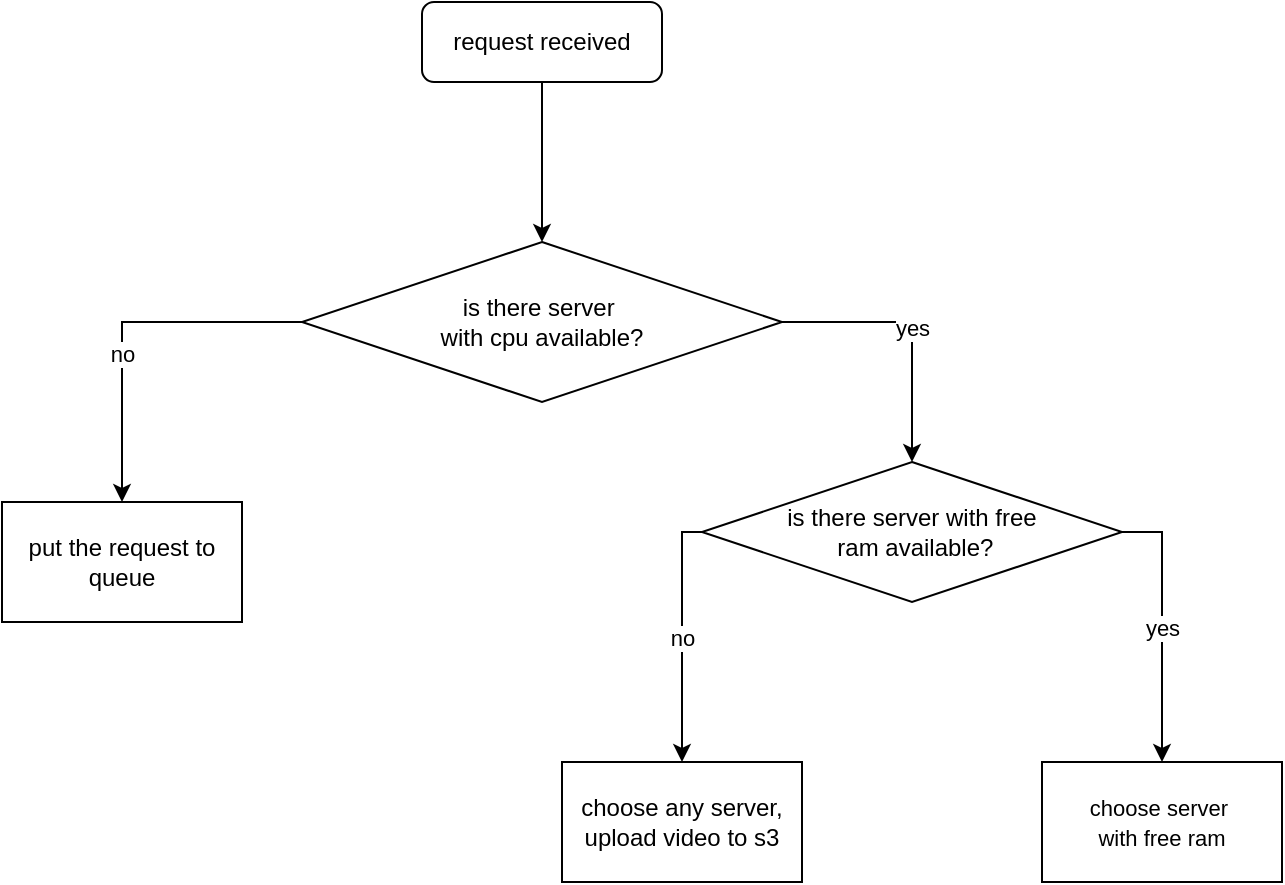
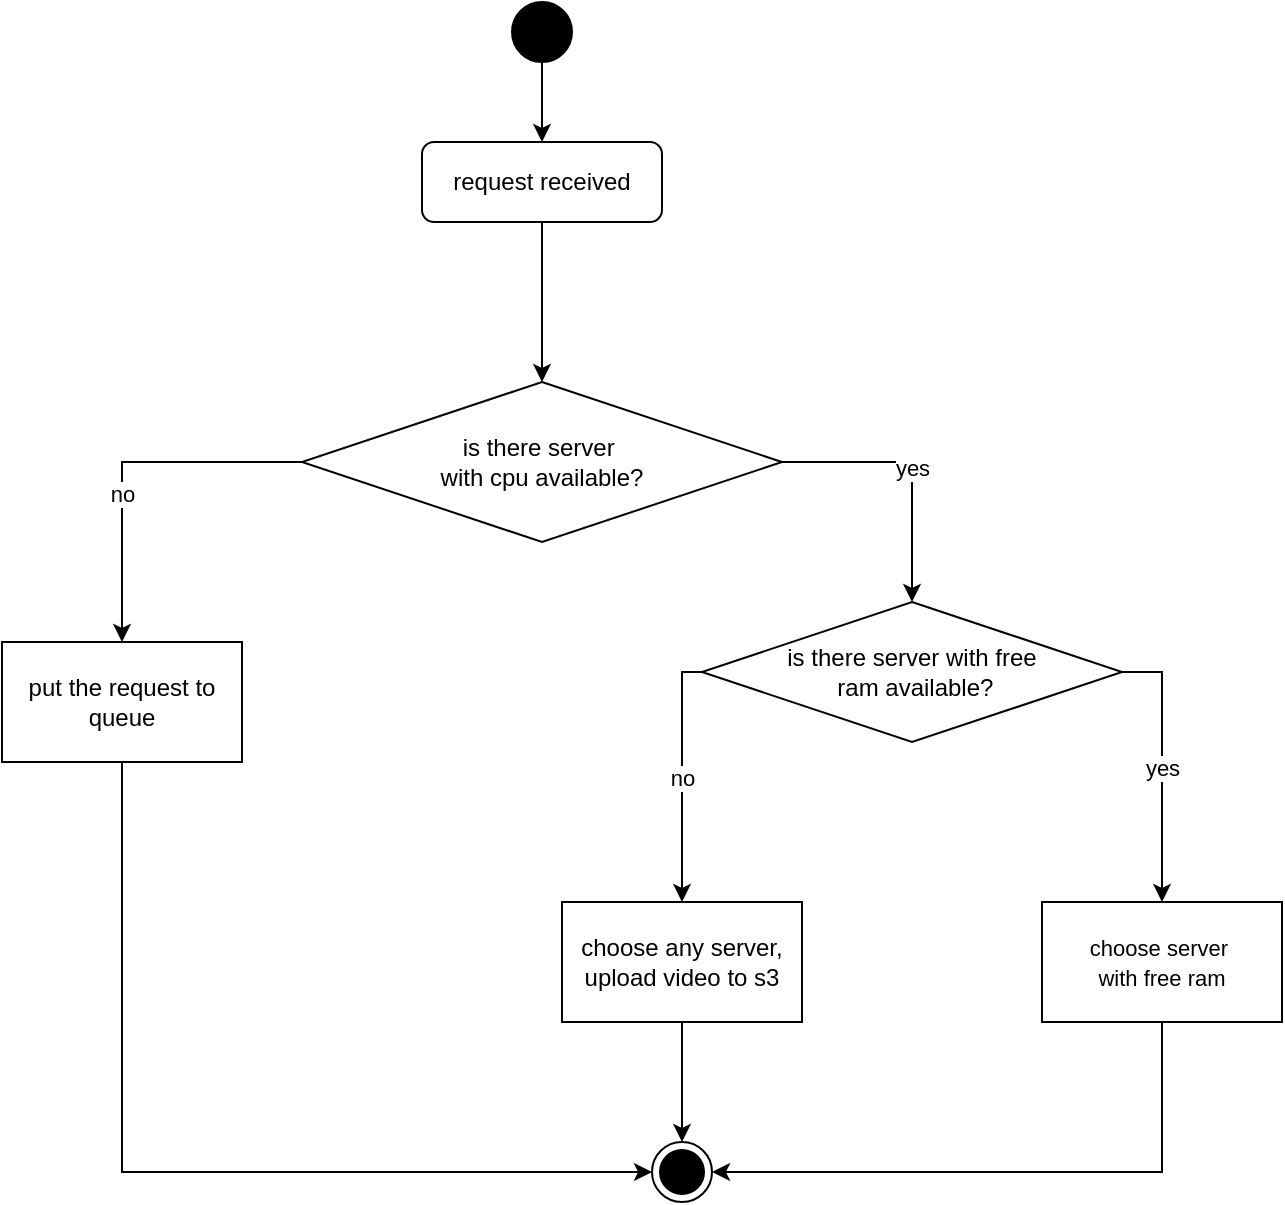
- <mxfile host="app.diagrams.net" agent="Mozilla/5.0 (Windows NT 10.0; Win64; x64) AppleWebKit/537.36 (KHTML, like Gecko) Chrome/145.0.0.0 Safari/537.36" version="29.6.1">
+ <mxfile host="app.diagrams.net" agent="Mozilla/5.0 (Windows NT 10.0; Win64; x64) AppleWebKit/537.36 (KHTML, like Gecko) Chrome/145.0.0.0 Safari/537.36">
  <diagram id="C5RBs43oDa-KdzZeNtuy" name="Page-1">
-     <mxGraphModel dx="946" dy="571" grid="1" gridSize="10" guides="1" tooltips="1" connect="1" arrows="1" fold="1" page="1" pageScale="1" pageWidth="827" pageHeight="1169" math="0" shadow="0">
+     <mxGraphModel dx="1334" dy="1985" grid="1" gridSize="10" guides="1" tooltips="1" connect="1" arrows="1" fold="1" page="1" pageScale="1" pageWidth="827" pageHeight="1169" math="0" shadow="0">
      <root>
        <mxCell id="WIyWlLk6GJQsqaUBKTNV-0" />
        <mxCell id="WIyWlLk6GJQsqaUBKTNV-1" parent="WIyWlLk6GJQsqaUBKTNV-0" />
        <mxCell id="Qem3QTk17b9FJVRX5ZjL-7" edge="1" parent="WIyWlLk6GJQsqaUBKTNV-1" source="WIyWlLk6GJQsqaUBKTNV-3" style="edgeStyle=orthogonalEdgeStyle;rounded=0;orthogonalLoop=1;jettySize=auto;html=1;entryX=0.5;entryY=0;entryDx=0;entryDy=0;" target="Qem3QTk17b9FJVRX5ZjL-3">
          <mxGeometry relative="1" as="geometry" />
        </mxCell>
        <mxCell id="WIyWlLk6GJQsqaUBKTNV-3" parent="WIyWlLk6GJQsqaUBKTNV-1" style="rounded=1;whiteSpace=wrap;html=1;fontSize=12;glass=0;strokeWidth=1;shadow=0;" value="request received" vertex="1">
          <mxGeometry height="40" width="120" x="390" y="60" as="geometry" />
        </mxCell>
        <mxCell id="Qem3QTk17b9FJVRX5ZjL-2" edge="1" parent="WIyWlLk6GJQsqaUBKTNV-1" source="Qem3QTk17b9FJVRX5ZjL-3" style="edgeStyle=orthogonalEdgeStyle;rounded=0;orthogonalLoop=1;jettySize=auto;html=1;entryX=0.5;entryY=0;entryDx=0;entryDy=0;exitX=0;exitY=0.5;exitDx=0;exitDy=0;" target="Qem3QTk17b9FJVRX5ZjL-13" value="no">
          <mxGeometry relative="1" x="0.1724" as="geometry">
            <mxPoint as="offset" />
            <Array as="points">
              <mxPoint x="240" y="220" />
            </Array>
            <mxPoint x="570" y="215" as="sourcePoint" />
            <mxPoint x="630" y="300" as="targetPoint" />
          </mxGeometry>
        </mxCell>
        <mxCell id="Qem3QTk17b9FJVRX5ZjL-6" edge="1" parent="WIyWlLk6GJQsqaUBKTNV-1" source="Qem3QTk17b9FJVRX5ZjL-3" style="edgeStyle=orthogonalEdgeStyle;rounded=0;orthogonalLoop=1;jettySize=auto;html=1;entryX=0.5;entryY=0;entryDx=0;entryDy=0;" target="Qem3QTk17b9FJVRX5ZjL-8" value="yes">
          <mxGeometry relative="1" as="geometry">
            <Array as="points">
              <mxPoint x="635" y="220" />
            </Array>
            <mxPoint x="270" y="350" as="targetPoint" />
          </mxGeometry>
        </mxCell>
        <mxCell id="Qem3QTk17b9FJVRX5ZjL-3" parent="WIyWlLk6GJQsqaUBKTNV-1" style="rhombus;whiteSpace=wrap;html=1;" value="is there server&amp;nbsp;&lt;div&gt;with cpu available?&lt;/div&gt;" vertex="1">
          <mxGeometry height="80" width="240" x="330" y="180" as="geometry" />
        </mxCell>
        <mxCell id="Qem3QTk17b9FJVRX5ZjL-10" edge="1" parent="WIyWlLk6GJQsqaUBKTNV-1" source="Qem3QTk17b9FJVRX5ZjL-8" style="edgeStyle=orthogonalEdgeStyle;rounded=0;orthogonalLoop=1;jettySize=auto;html=1;entryX=0.5;entryY=0;entryDx=0;entryDy=0;" target="Qem3QTk17b9FJVRX5ZjL-9" value="yes">
          <mxGeometry relative="1" as="geometry">
            <Array as="points">
              <mxPoint x="760" y="325" />
            </Array>
          </mxGeometry>
        </mxCell>
        <mxCell id="Qem3QTk17b9FJVRX5ZjL-12" edge="1" parent="WIyWlLk6GJQsqaUBKTNV-1" source="Qem3QTk17b9FJVRX5ZjL-8" style="edgeStyle=orthogonalEdgeStyle;rounded=0;orthogonalLoop=1;jettySize=auto;html=1;entryX=0.5;entryY=0;entryDx=0;entryDy=0;" target="Qem3QTk17b9FJVRX5ZjL-11" value="no">
          <mxGeometry relative="1" as="geometry">
            <Array as="points">
              <mxPoint x="520" y="325" />
            </Array>
          </mxGeometry>
        </mxCell>
        <mxCell id="Qem3QTk17b9FJVRX5ZjL-8" parent="WIyWlLk6GJQsqaUBKTNV-1" style="rhombus;whiteSpace=wrap;html=1;" value="is there server with free&lt;div&gt;&amp;nbsp;ram available?&lt;/div&gt;" vertex="1">
          <mxGeometry height="70" width="210" x="530" y="290" as="geometry" />
        </mxCell>
+         <mxCell id="7k9RfaMxyUk8FVcnI5xt-5" edge="1" parent="WIyWlLk6GJQsqaUBKTNV-1" source="Qem3QTk17b9FJVRX5ZjL-9" style="edgeStyle=orthogonalEdgeStyle;rounded=0;orthogonalLoop=1;jettySize=auto;html=1;entryX=1;entryY=0.5;entryDx=0;entryDy=0;" target="7k9RfaMxyUk8FVcnI5xt-1">
+           <mxGeometry relative="1" as="geometry">
+             <Array as="points">
+               <mxPoint x="760" y="575" />
+             </Array>
+           </mxGeometry>
+         </mxCell>
        <mxCell id="Qem3QTk17b9FJVRX5ZjL-9" parent="WIyWlLk6GJQsqaUBKTNV-1" style="rounded=0;whiteSpace=wrap;html=1;" value="&lt;br&gt;&lt;span style=&quot;color: rgb(0, 0, 0); font-family: Helvetica; font-size: 11px; font-style: normal; font-variant-ligatures: normal; font-variant-caps: normal; font-weight: 400; letter-spacing: normal; orphans: 2; text-align: center; text-indent: 0px; text-transform: none; widows: 2; word-spacing: 0px; -webkit-text-stroke-width: 0px; white-space: nowrap; background-color: rgb(255, 255, 255); text-decoration-thickness: initial; text-decoration-style: initial; text-decoration-color: initial; float: none; display: inline !important;&quot;&gt;choose server&amp;nbsp;&lt;/span&gt;&lt;div&gt;&lt;span style=&quot;color: rgb(0, 0, 0); font-family: Helvetica; font-size: 11px; font-style: normal; font-variant-ligatures: normal; font-variant-caps: normal; font-weight: 400; letter-spacing: normal; orphans: 2; text-align: center; text-indent: 0px; text-transform: none; widows: 2; word-spacing: 0px; -webkit-text-stroke-width: 0px; white-space: nowrap; background-color: rgb(255, 255, 255); text-decoration-thickness: initial; text-decoration-style: initial; text-decoration-color: initial; float: none; display: inline !important;&quot;&gt;with free ram&lt;/span&gt;&lt;br&gt;&lt;br&gt;&lt;/div&gt;" vertex="1">
          <mxGeometry height="60" width="120" x="700" y="440" as="geometry" />
+         </mxCell>
+         <mxCell id="7k9RfaMxyUk8FVcnI5xt-3" edge="1" parent="WIyWlLk6GJQsqaUBKTNV-1" source="Qem3QTk17b9FJVRX5ZjL-11" style="edgeStyle=orthogonalEdgeStyle;rounded=0;orthogonalLoop=1;jettySize=auto;html=1;entryX=0.5;entryY=0;entryDx=0;entryDy=0;" target="7k9RfaMxyUk8FVcnI5xt-1">
+           <mxGeometry relative="1" as="geometry" />
        </mxCell>
        <mxCell id="Qem3QTk17b9FJVRX5ZjL-11" parent="WIyWlLk6GJQsqaUBKTNV-1" style="rounded=0;whiteSpace=wrap;html=1;" value="choose any server, upload video to s3" vertex="1">
          <mxGeometry height="60" width="120" x="460" y="440" as="geometry" />
        </mxCell>
+         <mxCell id="7k9RfaMxyUk8FVcnI5xt-2" edge="1" parent="WIyWlLk6GJQsqaUBKTNV-1" source="Qem3QTk17b9FJVRX5ZjL-13" style="edgeStyle=orthogonalEdgeStyle;rounded=0;orthogonalLoop=1;jettySize=auto;html=1;entryX=0;entryY=0.5;entryDx=0;entryDy=0;" target="7k9RfaMxyUk8FVcnI5xt-1">
+           <mxGeometry relative="1" as="geometry">
+             <Array as="points">
+               <mxPoint x="240" y="575" />
+             </Array>
+           </mxGeometry>
+         </mxCell>
        <mxCell id="Qem3QTk17b9FJVRX5ZjL-13" parent="WIyWlLk6GJQsqaUBKTNV-1" style="rounded=0;whiteSpace=wrap;html=1;" value="&lt;div&gt;put the request to queue&lt;/div&gt;" vertex="1">
          <mxGeometry height="60" width="120" x="180" y="310" as="geometry" />
+         </mxCell>
+         <mxCell id="7k9RfaMxyUk8FVcnI5xt-6" edge="1" parent="WIyWlLk6GJQsqaUBKTNV-1" source="7k9RfaMxyUk8FVcnI5xt-0" style="edgeStyle=orthogonalEdgeStyle;rounded=0;orthogonalLoop=1;jettySize=auto;html=1;entryX=0.5;entryY=0;entryDx=0;entryDy=0;" target="WIyWlLk6GJQsqaUBKTNV-3">
+           <mxGeometry relative="1" as="geometry" />
+         </mxCell>
+         <mxCell id="7k9RfaMxyUk8FVcnI5xt-0" parent="WIyWlLk6GJQsqaUBKTNV-1" style="ellipse;fillColor=strokeColor;html=1;" value="" vertex="1">
+           <mxGeometry height="30" width="30" x="435" y="-10" as="geometry" />
+         </mxCell>
+         <mxCell id="7k9RfaMxyUk8FVcnI5xt-1" parent="WIyWlLk6GJQsqaUBKTNV-1" style="ellipse;html=1;shape=endState;fillColor=strokeColor;" value="" vertex="1">
+           <mxGeometry height="30" width="30" x="505" y="560" as="geometry" />
        </mxCell>
      </root>
    </mxGraphModel>
  </diagram>
</mxfile>
